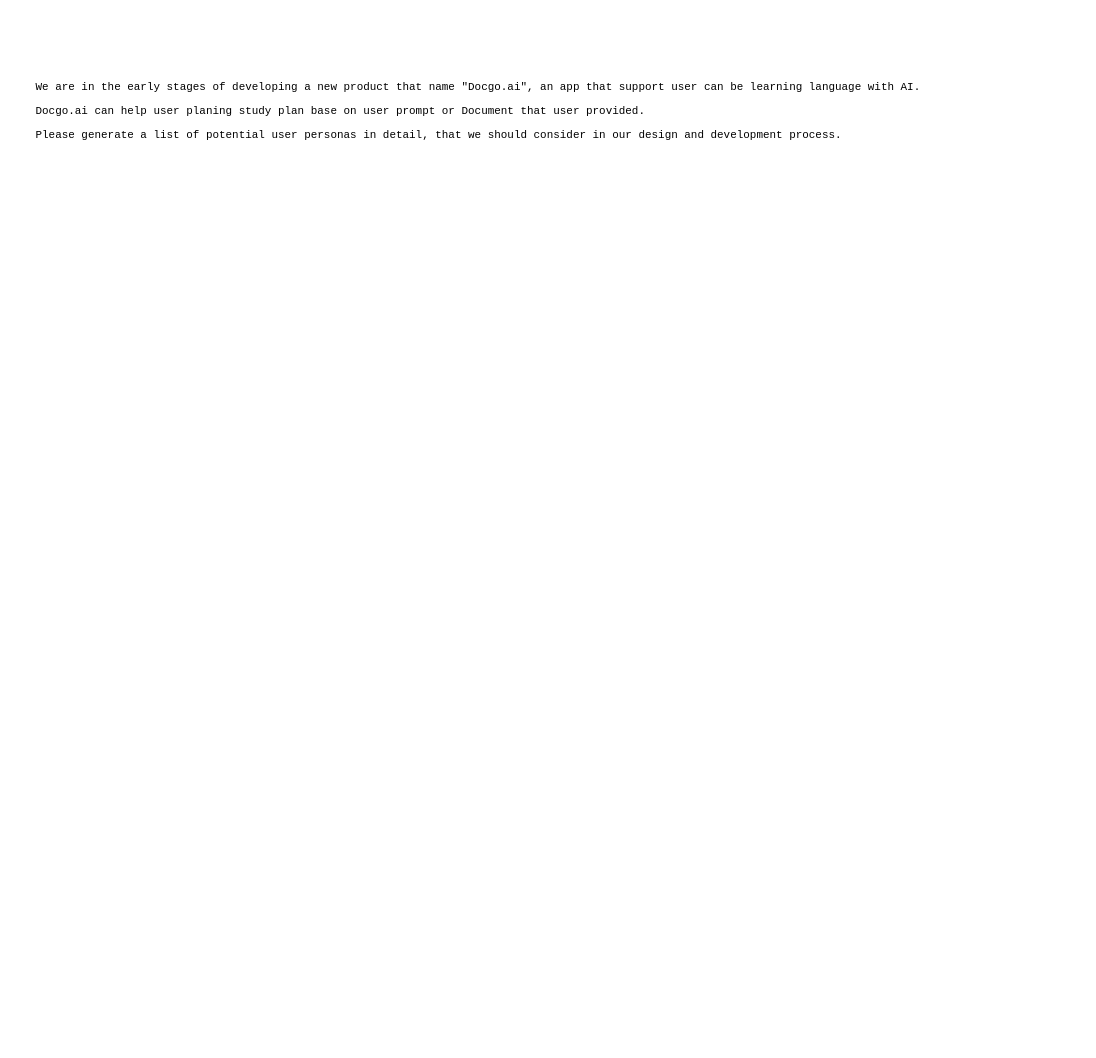
The draw.io diagram docgo.drawio in t1tc01/design-pattern, before the edit. Source tidied: cells renumbered, new cells numbered last; positions are measured from the earlier drawing's top-left corner, leaving out a move shared by most shapes. Both pictures are drawn from the tidied source at 91%, with x=0, y=0 at pixel (34, 66).
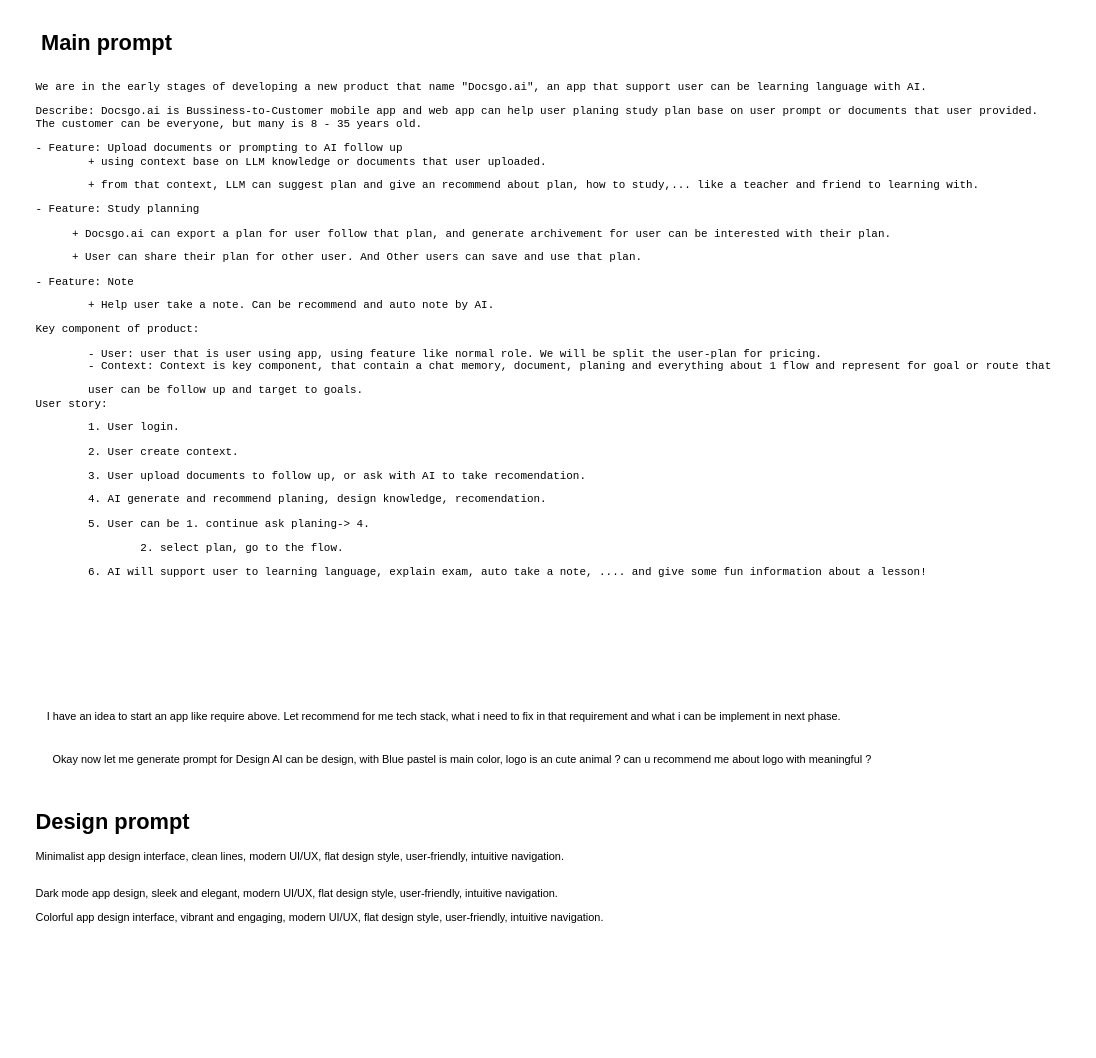
After the change.

Diff of the diagram source:
```diff
@@
 <mxGraphModel>
   <root>
     <mxCell id="0" />
     <mxCell id="1" parent="0" />
-    <mxCell id="2" value="&lt;pre spellcheck=&quot;false&quot; class=&quot;language-plaintext skipProofing&quot;&gt;&lt;code&gt;We&amp;nbsp;&lt;span class=&quot;hljs-keyword&quot;&gt;are&lt;/span&gt;&amp;nbsp;&lt;span class=&quot;hljs-keyword&quot;&gt;in&lt;/span&gt;&amp;nbsp;the&amp;nbsp;early&amp;nbsp;stages&amp;nbsp;&lt;span class=&quot;hljs-keyword&quot;&gt;of&lt;/span&gt;&amp;nbsp;developing&amp;nbsp;a&amp;nbsp;&lt;span class=&quot;hljs-keyword&quot;&gt;new&lt;/span&gt;&amp;nbsp;product&amp;nbsp;that&amp;nbsp;name&amp;nbsp;&quot;Docgo.ai&quot;,&amp;nbsp;an&amp;nbsp;app&amp;nbsp;that&amp;nbsp;support&amp;nbsp;&lt;span class=&quot;hljs-keyword&quot;&gt;user&lt;/span&gt;&amp;nbsp;can&amp;nbsp;be&amp;nbsp;learning&amp;nbsp;&lt;span class=&quot;hljs-keyword&quot;&gt;language&lt;/span&gt;&amp;nbsp;&lt;span class=&quot;hljs-keyword&quot;&gt;with&lt;/span&gt;&amp;nbsp;AI.&amp;nbsp;&lt;/code&gt;&lt;/pre&gt;&lt;pre spellcheck=&quot;false&quot; class=&quot;language-plaintext skipProofing&quot;&gt;&lt;code&gt;Docgo.ai&amp;nbsp;can&amp;nbsp;help&amp;nbsp;&lt;span class=&quot;hljs-keyword&quot;&gt;user&lt;/span&gt;&amp;nbsp;planing&amp;nbsp;study&amp;nbsp;plan&amp;nbsp;base&amp;nbsp;&lt;span class=&quot;hljs-keyword&quot;&gt;on&lt;/span&gt;&amp;nbsp;&lt;span class=&quot;hljs-keyword&quot;&gt;user&lt;/span&gt;&amp;nbsp;prompt&amp;nbsp;&lt;span class=&quot;hljs-keyword&quot;&gt;or&lt;/span&gt;&amp;nbsp;Document&amp;nbsp;that&amp;nbsp;&lt;span class=&quot;hljs-keyword&quot;&gt;user&lt;/span&gt;&amp;nbsp;provided.&amp;nbsp;&lt;/code&gt;&lt;/pre&gt;&lt;pre spellcheck=&quot;false&quot; class=&quot;language-plaintext skipProofing&quot;&gt;&lt;code&gt;Please&amp;nbsp;generate&amp;nbsp;a&amp;nbsp;list&amp;nbsp;&lt;span class=&quot;hljs-keyword&quot;&gt;of&lt;/span&gt;&amp;nbsp;potential&amp;nbsp;&lt;span class=&quot;hljs-keyword&quot;&gt;user&lt;/span&gt;&amp;nbsp;personas&amp;nbsp;&lt;span class=&quot;hljs-keyword&quot;&gt;in&lt;/span&gt;&amp;nbsp;detail,&amp;nbsp;that&amp;nbsp;we&amp;nbsp;should&amp;nbsp;consider&amp;nbsp;&lt;span class=&quot;hljs-keyword&quot;&gt;in&lt;/span&gt;&amp;nbsp;our&amp;nbsp;design&amp;nbsp;&lt;span class=&quot;hljs-keyword&quot;&gt;and&lt;/span&gt;&amp;nbsp;development&amp;nbsp;process.&lt;/code&gt;&lt;/pre&gt;" style="text;html=1;align=left;verticalAlign=middle;strokeColor=none;fillColor=none;" parent="1" vertex="1">
-      <mxGeometry width="1010" height="100" as="geometry" />
+    <mxCell id="2" value="&lt;pre spellcheck=&quot;false&quot; class=&quot;language-plaintext skipProofing&quot;&gt;&lt;code&gt;We&amp;nbsp;&lt;span class=&quot;hljs-keyword&quot;&gt;are&lt;/span&gt;&amp;nbsp;&lt;span class=&quot;hljs-keyword&quot;&gt;in&lt;/span&gt;&amp;nbsp;the&amp;nbsp;early&amp;nbsp;stages&amp;nbsp;&lt;span class=&quot;hljs-keyword&quot;&gt;of&lt;/span&gt;&amp;nbsp;developing&amp;nbsp;a&amp;nbsp;&lt;span class=&quot;hljs-keyword&quot;&gt;new&lt;/span&gt;&amp;nbsp;product&amp;nbsp;that&amp;nbsp;name&amp;nbsp;&quot;Docsgo.ai&quot;,&amp;nbsp;an&amp;nbsp;app&amp;nbsp;that&amp;nbsp;support&amp;nbsp;&lt;span class=&quot;hljs-keyword&quot;&gt;user&lt;/span&gt;&amp;nbsp;can&amp;nbsp;be&amp;nbsp;learning&amp;nbsp;&lt;span class=&quot;hljs-keyword&quot;&gt;language&lt;/span&gt;&amp;nbsp;&lt;span class=&quot;hljs-keyword&quot;&gt;with&lt;/span&gt;&amp;nbsp;AI.&amp;nbsp;&lt;/code&gt;&lt;/pre&gt;&lt;pre spellcheck=&quot;false&quot; class=&quot;language-plaintext skipProofing&quot;&gt;&lt;code&gt;Describe: Docsgo.ai&amp;nbsp;is Bussiness-to-Customer mobile app and web app can&amp;nbsp;help&amp;nbsp;&lt;span class=&quot;hljs-keyword&quot;&gt;user&lt;/span&gt;&amp;nbsp;planing&amp;nbsp;study&amp;nbsp;plan&amp;nbsp;base&amp;nbsp;&lt;span class=&quot;hljs-keyword&quot;&gt;on&lt;/span&gt;&amp;nbsp;&lt;span class=&quot;hljs-keyword&quot;&gt;user&lt;/span&gt;&amp;nbsp;prompt&amp;nbsp;&lt;span class=&quot;hljs-keyword&quot;&gt;or&lt;/span&gt;&amp;nbsp;documents&amp;nbsp;that&amp;nbsp;&lt;span class=&quot;hljs-keyword&quot;&gt;user&lt;/span&gt;&amp;nbsp;provided.&lt;br/&gt;The customer can be everyone, but many is 8 - 35 years old.&lt;/code&gt;&lt;/pre&gt;&lt;pre spellcheck=&quot;false&quot; class=&quot;language-plaintext skipProofing&quot;&gt;&lt;code&gt;- Feature: Upload documents or prompting to AI follow up&lt;br&gt;&lt;span style=&quot;white-space: pre;&quot;&gt;&#9;&lt;/span&gt;+ using context base on LLM knowledge or documents that user uploaded.&lt;/code&gt;&lt;/pre&gt;&lt;pre spellcheck=&quot;false&quot; class=&quot;language-plaintext skipProofing&quot;&gt;&lt;span style=&quot;white-space: pre;&quot;&gt;&#9;&lt;/span&gt;+ from that context, LLM can suggest plan and give an recommend about plan, how to study,... like a teacher and friend to learning with.  &lt;/pre&gt;&lt;pre spellcheck=&quot;false&quot; class=&quot;language-plaintext skipProofing&quot;&gt;&lt;code&gt;- Feature: Study planning&lt;/code&gt;&lt;/pre&gt;&lt;blockquote style=&quot;margin: 0 0 0 40px; border: none; padding: 0px;&quot;&gt;&lt;pre spellcheck=&quot;false&quot; class=&quot;language-plaintext skipProofing&quot;&gt;&lt;code&gt;&lt;pre spellcheck=&quot;false&quot; class=&quot;language-plaintext skipProofing&quot;&gt;&lt;code&gt;+ Docsgo.ai&amp;nbsp;can export a plan for user follow that plan, and generate archivement for user can be interested with their plan.&lt;/code&gt;&lt;/pre&gt;&lt;pre spellcheck=&quot;false&quot; class=&quot;language-plaintext skipProofing&quot;&gt;+ User can share their plan for other user. And Other users can save and use that plan.&lt;/pre&gt;&lt;/code&gt;&lt;/pre&gt;&lt;/blockquote&gt;&lt;pre spellcheck=&quot;false&quot; class=&quot;language-plaintext skipProofing&quot;&gt;- Feature: Note&lt;/pre&gt;&lt;pre spellcheck=&quot;false&quot; class=&quot;language-plaintext skipProofing&quot;&gt;&lt;span style=&quot;white-space: pre;&quot;&gt;&#9;&lt;/span&gt;+ Help user take a note. Can be recommend and auto note by AI.&lt;br&gt;&lt;/pre&gt;&lt;pre spellcheck=&quot;false&quot; class=&quot;language-plaintext skipProofing&quot;&gt;Key component of product:&lt;/pre&gt;&lt;pre spellcheck=&quot;false&quot; class=&quot;language-plaintext skipProofing&quot;&gt; &lt;span style=&quot;white-space: pre;&quot;&gt;&#9;&lt;/span&gt;- User: user that is user using app, using feature like normal role. We will be split the user-plan for pricing.&lt;br&gt;        - Context: Context is key component, that contain a chat memory, document, planing and everything about 1 flow and represent for goal or route that &lt;br&gt;&lt;/pre&gt;&lt;pre spellcheck=&quot;false&quot; class=&quot;language-plaintext skipProofing&quot;&gt;&lt;span style=&quot;white-space: pre;&quot;&gt;&#9;&lt;/span&gt;user can be follow up and target to goals.&lt;br&gt;User story:&lt;/pre&gt;&lt;pre spellcheck=&quot;false&quot; class=&quot;language-plaintext skipProofing&quot;&gt;&lt;span style=&quot;white-space: pre;&quot;&gt;&#9;&lt;/span&gt;1. User login.&lt;/pre&gt;&lt;pre spellcheck=&quot;false&quot; class=&quot;language-plaintext skipProofing&quot;&gt;&lt;span style=&quot;white-space: pre;&quot;&gt;&#9;&lt;/span&gt;2. User create context.&lt;/pre&gt;&lt;pre spellcheck=&quot;false&quot; class=&quot;language-plaintext skipProofing&quot;&gt;&lt;span style=&quot;white-space: pre;&quot;&gt;&#9;&lt;/span&gt;3. User upload documents to follow up, or ask with AI to take recomendation.&lt;/pre&gt;&lt;pre spellcheck=&quot;false&quot; class=&quot;language-plaintext skipProofing&quot;&gt;&lt;span style=&quot;white-space: pre;&quot;&gt;&#9;&lt;/span&gt;4. AI generate and recommend planing, design knowledge, recomendation.&lt;/pre&gt;&lt;pre spellcheck=&quot;false&quot; class=&quot;language-plaintext skipProofing&quot;&gt;&lt;span style=&quot;white-space: pre;&quot;&gt;&#9;&lt;/span&gt;5. User can be 1. continue ask planing-&amp;gt; 4. &lt;/pre&gt;&lt;pre spellcheck=&quot;false&quot; class=&quot;language-plaintext skipProofing&quot;&gt;&lt;span style=&quot;white-space: pre;&quot;&gt;&#9;&lt;/span&gt;&lt;span style=&quot;white-space: pre;&quot;&gt;&#9;&lt;/span&gt;2. select plan, go to the flow.&lt;/pre&gt;&lt;pre spellcheck=&quot;false&quot; class=&quot;language-plaintext skipProofing&quot;&gt;&lt;span style=&quot;white-space: pre;&quot;&gt;&#9;&lt;/span&gt;6. AI will support user to learning language, explain exam, auto take a note, .... and give some fun information about a lesson!   &lt;/pre&gt;" style="text;html=1;align=left;verticalAlign=middle;strokeColor=none;fillColor=none;" parent="1" vertex="1">
+      <mxGeometry width="1150" height="580" as="geometry" />
     </mxCell>
+    <mxCell id="3" value="&lt;h1 style=&quot;margin-top: 0px;&quot;&gt;Design prompt&lt;/h1&gt;&lt;p&gt;&lt;span style=&quot;text-align: center; text-wrap: nowrap;&quot;&gt;Minimalist app design interface, clean lines, modern UI/UX, flat design style, user-friendly, intuitive navigation.&lt;/span&gt;&lt;/p&gt;&lt;p&gt;&lt;span style=&quot;text-align: center; text-wrap: nowrap;&quot;&gt;&lt;br&gt;&lt;/span&gt;Dark mode app design, sleek and elegant, modern UI/UX, flat design style, user-friendly, intuitive navigation.&lt;br&gt;&lt;/p&gt;&lt;p&gt;Colorful app design interface, vibrant and engaging, modern UI/UX, flat design style, user-friendly, intuitive navigation.&lt;br&gt;&lt;/p&gt;" style="text;html=1;whiteSpace=wrap;overflow=hidden;rounded=0;" parent="1" vertex="1">
+      <mxGeometry y="810" width="670" height="260" as="geometry" />
+    </mxCell>
+    <mxCell id="4" value="&lt;h1&gt;Main prompt&lt;/h1&gt;" style="text;html=1;align=center;verticalAlign=middle;whiteSpace=wrap;rounded=0;" parent="1" vertex="1">
+      <mxGeometry x="-20" y="-40" width="200" height="30" as="geometry" />
+    </mxCell>
+    <mxCell id="5" value="I have an idea to start an app like require above. Let recommend for me tech stack, what i need to fix in that requirement and what i can be implement in next phase." style="text;html=1;align=center;verticalAlign=middle;strokeColor=none;fillColor=none;" parent="1" vertex="1">
+      <mxGeometry y="700" width="900" height="30" as="geometry" />
+    </mxCell>
+    <mxCell id="6" value="Okay now let me generate prompt for Design AI can be design, with Blue pastel is main color, logo is an cute animal ? can u recommend me about logo with meaningful ?" style="text;html=1;align=center;verticalAlign=middle;strokeColor=none;fillColor=none;" parent="1" vertex="1">
+      <mxGeometry x="10" y="748" width="920" height="30" as="geometry" />
+    </mxCell>
   </root>
 </mxGraphModel>
```
